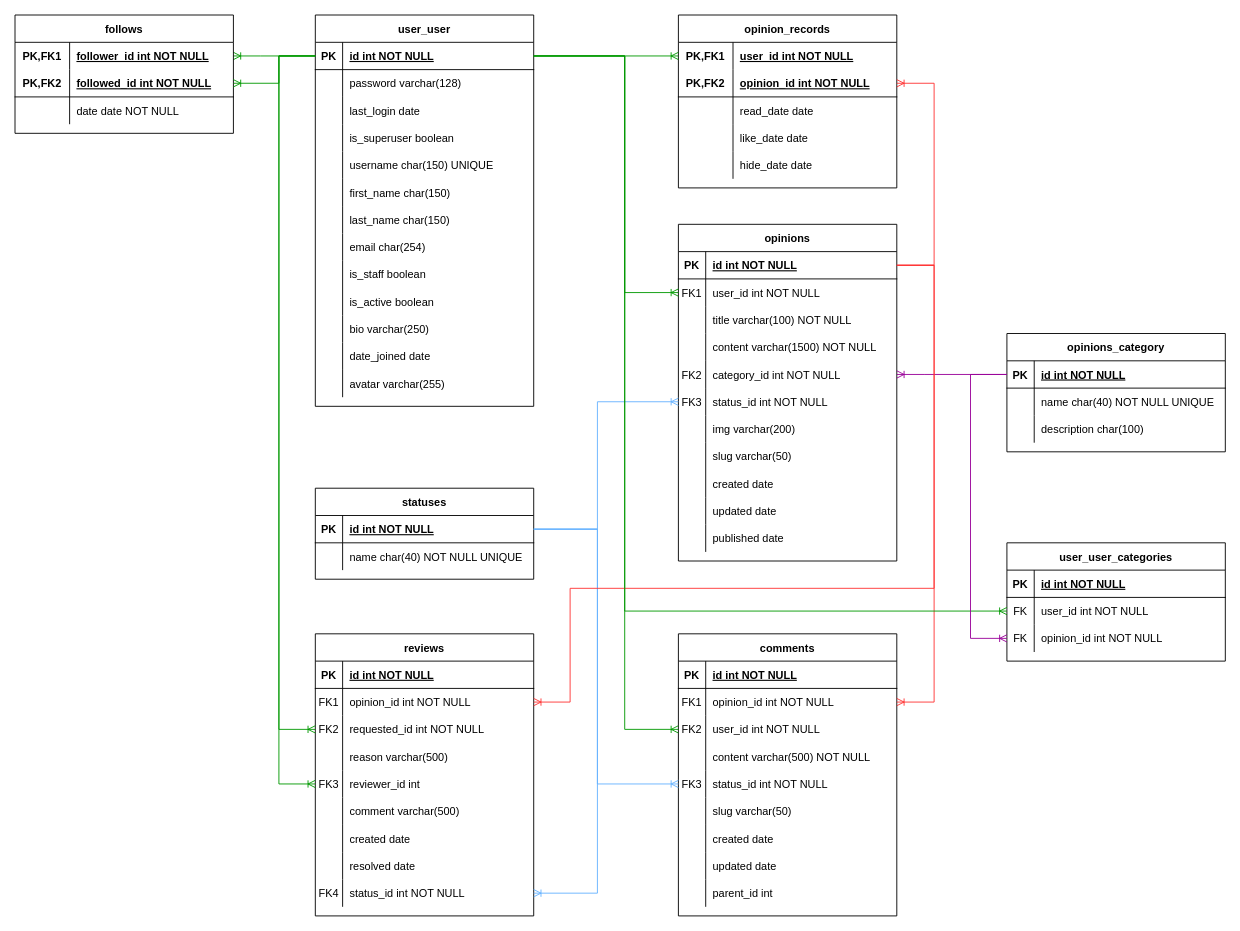
Above: page "database-schema" (1 of 14) of doc/design/soapbox.drawio in ibuttimer/soapbox (draw.io), before the change. Source tidied: cells renumbered, new cells numbered last; positions are measured from the earlier drawing's top-left corner, leaving out a move shared by most shapes. Both pictures are drawn from the tidied source at 91%, with x=0, y=0 at pixel (15, 15).
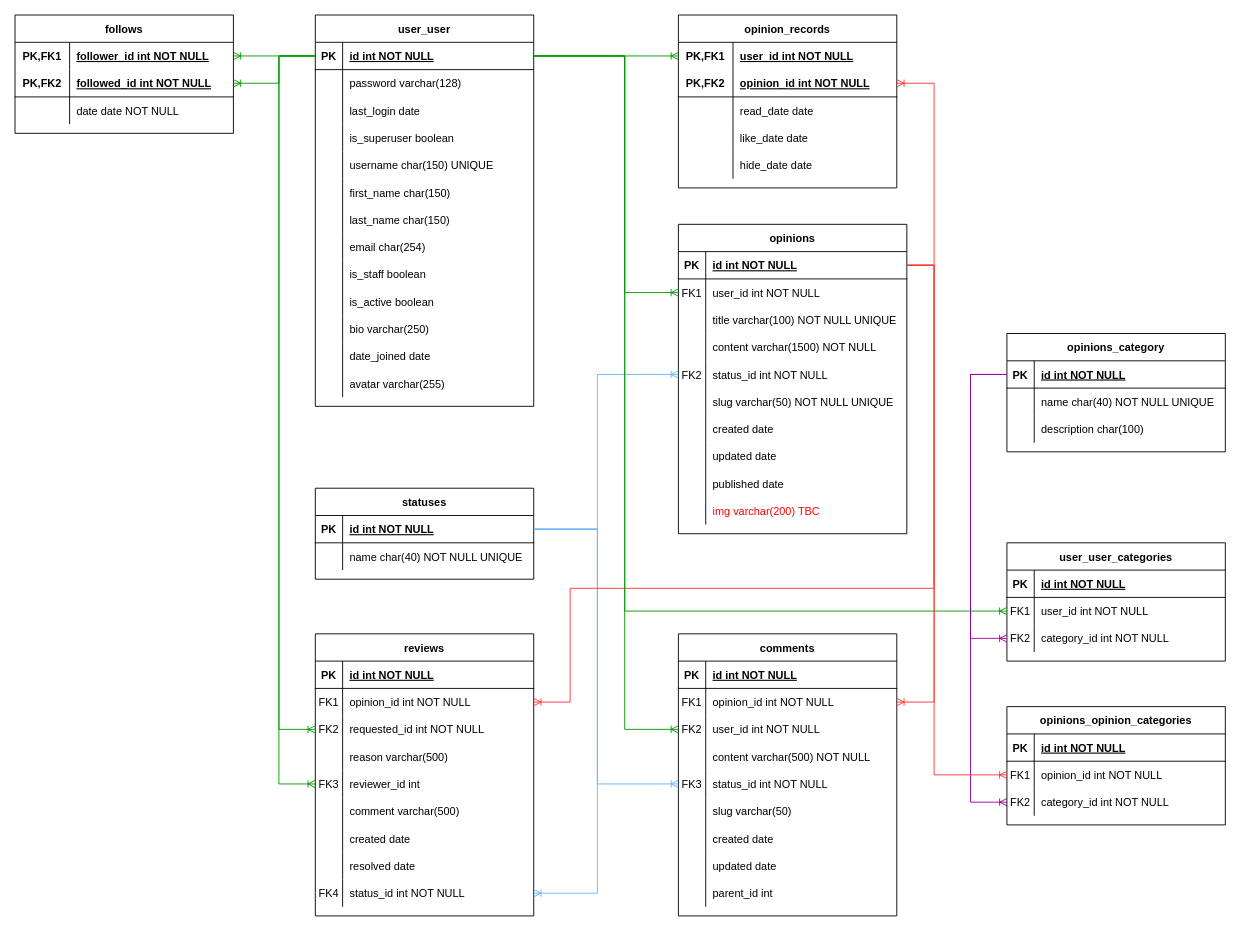
The same diagram, later.

Commit message (it also covers changes not shown here):
feat: Add status & opinion models, closes #33, closes #34

The change refers to these unchanged cells:
```xml
<mxCell id="37" style="shape=partialRectangle;fillColor=none;points=[[0,0.5],[1,0.5]];portConstraint=eastwest;top=0;left=0;right=0;bottom=1;" parent="36" vertex="1">
  <mxGeometry y="30" width="240" height="30" as="geometry" />
</mxCell>
<mxCell id="100" style="shape=partialRectangle;fillColor=none;points=[[0,0.5],[1,0.5]];portConstraint=eastwest;top=0;left=0;right=0;bottom=1;" parent="99" vertex="1">
  <mxGeometry y="30" width="240" height="30" as="geometry" />
</mxCell>
<mxCell id="193" style="shape=partialRectangle;fillColor=none;points=[[0,0.5],[1,0.5]];portConstraint=eastwest;top=0;left=0;right=0;bottom=0;" parent="189" vertex="1">
  <mxGeometry y="60" width="240" height="30" as="geometry" />
</mxCell>
<mxCell id="196" style="shape=partialRectangle;fillColor=none;points=[[0,0.5],[1,0.5]];portConstraint=eastwest;top=0;left=0;right=0;bottom=0;" parent="189" vertex="1">
  <mxGeometry y="90" width="240" height="30" as="geometry" />
</mxCell>
```

Change to the diagram source:
```diff
@@
     <mxCell id="2" value="opinions" style="shape=table;startSize=30;childLayout=tableLayout;rowLines=0;fontStyle=1;align=center;" parent="1" vertex="1">
-      <mxGeometry x="729" y="230" width="240" height="370" as="geometry" />
+      <mxGeometry x="729" y="230" width="251" height="340" as="geometry" />
     </mxCell>
     <mxCell id="3" style="shape=partialRectangle;fillColor=none;points=[[0,0.5],[1,0.5]];portConstraint=eastwest;top=0;left=0;right=0;bottom=1;" parent="2" vertex="1">
-      <mxGeometry y="30" width="240" height="30" as="geometry" />
+      <mxGeometry y="30" width="251" height="30" as="geometry" />
     </mxCell>
@@
     <mxCell id="5" value="id int NOT NULL " style="shape=partialRectangle;overflow=hidden;fillColor=none;top=0;left=0;bottom=0;right=0;align=left;spacingLeft=6;fontStyle=5;" parent="3" vertex="1">
-      <mxGeometry x="30" width="210" height="30" as="geometry" />
+      <mxGeometry x="30" width="221" height="30" as="geometry" />
     </mxCell>
     <mxCell id="6" style="shape=partialRectangle;fillColor=none;points=[[0,0.5],[1,0.5]];portConstraint=eastwest;top=0;left=0;right=0;bottom=0;" parent="2" vertex="1">
-      <mxGeometry y="60" width="240" height="30" as="geometry" />
+      <mxGeometry y="60" width="251" height="30" as="geometry" />
     </mxCell>
@@
     <mxCell id="8" value="user_id int NOT NULL" style="shape=partialRectangle;overflow=hidden;fillColor=none;top=0;left=0;bottom=0;right=0;align=left;spacingLeft=6;" parent="6" vertex="1">
-      <mxGeometry x="30" width="210" height="30" as="geometry" />
+      <mxGeometry x="30" width="221" height="30" as="geometry" />
     </mxCell>
     <mxCell id="9" style="shape=partialRectangle;fillColor=none;top=0;left=0;right=0;bottom=0;" parent="2" vertex="1">
-      <mxGeometry y="90" width="240" height="30" as="geometry" />
+      <mxGeometry y="90" width="251" height="30" as="geometry" />
     </mxCell>
@@
-    <mxCell id="11" value="title varchar(100) NOT NULL" style="shape=partialRectangle;overflow=hidden;fillColor=none;top=0;left=0;bottom=0;right=0;align=left;spacingLeft=6;" parent="9" vertex="1">
-      <mxGeometry x="30" width="210" height="30" as="geometry" />
+    <mxCell id="11" value="title varchar(100) NOT NULL UNIQUE" style="shape=partialRectangle;overflow=hidden;fillColor=none;top=0;left=0;bottom=0;right=0;align=left;spacingLeft=6;" parent="9" vertex="1">
+      <mxGeometry x="30" width="221" height="30" as="geometry" />
     </mxCell>
     <mxCell id="12" style="shape=partialRectangle;fillColor=none;top=0;left=0;right=0;bottom=0;" parent="2" vertex="1">
-      <mxGeometry y="120" width="240" height="30" as="geometry" />
+      <mxGeometry y="120" width="251" height="30" as="geometry" />
     </mxCell>
@@
     <mxCell id="14" value="content varchar(1500) NOT NULL" style="shape=partialRectangle;overflow=hidden;fillColor=none;top=0;left=0;bottom=0;right=0;align=left;spacingLeft=6;" parent="12" vertex="1">
-      <mxGeometry x="30" width="210" height="30" as="geometry" />
+      <mxGeometry x="30" width="221" height="30" as="geometry" />
     </mxCell>
-    <mxCell id="15" style="shape=partialRectangle;fillColor=none;points=[[0,0.5],[1,0.5]];portConstraint=eastwest;top=0;left=0;right=0;bottom=0;" parent="2" vertex="1">
-      <mxGeometry y="150" width="240" height="30" as="geometry" />
-    </mxCell>
-    <mxCell id="16" value="FK2" style="shape=partialRectangle;overflow=hidden;fillColor=none;top=0;left=0;bottom=0;right=0;" parent="15" vertex="1">
-      <mxGeometry width="30" height="30" as="geometry" />
-    </mxCell>
-    <mxCell id="17" value="category_id int NOT NULL" style="shape=partialRectangle;overflow=hidden;fillColor=none;top=0;left=0;bottom=0;right=0;align=left;spacingLeft=6;" parent="15" vertex="1">
-      <mxGeometry x="30" width="210" height="30" as="geometry" />
-    </mxCell>
     <mxCell id="18" style="shape=partialRectangle;fillColor=none;points=[[0,0.5],[1,0.5]];portConstraint=eastwest;top=0;left=0;right=0;bottom=0;" parent="2" vertex="1">
-      <mxGeometry y="180" width="240" height="30" as="geometry" />
+      <mxGeometry y="150" width="251" height="30" as="geometry" />
     </mxCell>
-    <mxCell id="19" value="FK3" style="shape=partialRectangle;overflow=hidden;fillColor=none;top=0;left=0;bottom=0;right=0;" parent="18" vertex="1">
+    <mxCell id="19" value="FK2" style="shape=partialRectangle;overflow=hidden;fillColor=none;top=0;left=0;bottom=0;right=0;" parent="18" vertex="1">
       <mxGeometry width="30" height="30" as="geometry" />
     </mxCell>
     <mxCell id="20" value="status_id int NOT NULL" style="shape=partialRectangle;overflow=hidden;fillColor=none;top=0;left=0;bottom=0;right=0;align=left;spacingLeft=6;" parent="18" vertex="1">
-      <mxGeometry x="30" width="210" height="30" as="geometry" />
+      <mxGeometry x="30" width="221" height="30" as="geometry" />
     </mxCell>
-    <mxCell id="21" style="shape=partialRectangle;fillColor=none;top=0;left=0;right=0;bottom=0;" parent="2" vertex="1">
-      <mxGeometry y="210" width="240" height="30" as="geometry" />
-    </mxCell>
-    <mxCell id="22" style="shape=partialRectangle;overflow=hidden;fillColor=none;top=0;left=0;bottom=0;right=0;" parent="21" vertex="1">
-      <mxGeometry width="30" height="30" as="geometry" />
-    </mxCell>
-    <mxCell id="23" value="img varchar(200)" style="shape=partialRectangle;overflow=hidden;fillColor=none;top=0;left=0;bottom=0;right=0;align=left;spacingLeft=6;" parent="21" vertex="1">
-      <mxGeometry x="30" width="210" height="30" as="geometry" />
-    </mxCell>
     <mxCell id="24" style="shape=partialRectangle;fillColor=none;top=0;left=0;right=0;bottom=0;" parent="2" vertex="1">
-      <mxGeometry y="240" width="240" height="30" as="geometry" />
+      <mxGeometry y="180" width="251" height="30" as="geometry" />
     </mxCell>
@@
-    <mxCell id="26" value="slug varchar(50)" style="shape=partialRectangle;overflow=hidden;fillColor=none;top=0;left=0;bottom=0;right=0;align=left;spacingLeft=6;" parent="24" vertex="1">
-      <mxGeometry x="30" width="210" height="30" as="geometry" />
+    <mxCell id="26" value="slug varchar(50) NOT NULL UNIQUE" style="shape=partialRectangle;overflow=hidden;fillColor=none;top=0;left=0;bottom=0;right=0;align=left;spacingLeft=6;" parent="24" vertex="1">
+      <mxGeometry x="30" width="221" height="30" as="geometry" />
     </mxCell>
     <mxCell id="27" style="shape=partialRectangle;fillColor=none;top=0;left=0;right=0;bottom=0;" parent="2" vertex="1">
-      <mxGeometry y="270" width="240" height="30" as="geometry" />
+      <mxGeometry y="210" width="251" height="30" as="geometry" />
     </mxCell>
@@
     <mxCell id="29" value="created date" style="shape=partialRectangle;overflow=hidden;fillColor=none;top=0;left=0;bottom=0;right=0;align=left;spacingLeft=6;" parent="27" vertex="1">
-      <mxGeometry x="30" width="210" height="30" as="geometry" />
+      <mxGeometry x="30" width="221" height="30" as="geometry" />
     </mxCell>
     <mxCell id="30" style="shape=partialRectangle;fillColor=none;top=0;left=0;right=0;bottom=0;" parent="2" vertex="1">
-      <mxGeometry y="300" width="240" height="30" as="geometry" />
+      <mxGeometry y="240" width="251" height="30" as="geometry" />
     </mxCell>
@@
     <mxCell id="32" value="updated date" style="shape=partialRectangle;overflow=hidden;fillColor=none;top=0;left=0;bottom=0;right=0;align=left;spacingLeft=6;" parent="30" vertex="1">
-      <mxGeometry x="30" width="210" height="30" as="geometry" />
+      <mxGeometry x="30" width="221" height="30" as="geometry" />
     </mxCell>
     <mxCell id="33" style="shape=partialRectangle;fillColor=none;top=0;left=0;right=0;bottom=0;" parent="2" vertex="1">
-      <mxGeometry y="330" width="240" height="30" as="geometry" />
+      <mxGeometry y="270" width="251" height="30" as="geometry" />
     </mxCell>
@@
     <mxCell id="35" value="published date" style="shape=partialRectangle;overflow=hidden;fillColor=none;top=0;left=0;bottom=0;right=0;align=left;spacingLeft=6;" parent="33" vertex="1">
-      <mxGeometry x="30" width="210" height="30" as="geometry" />
+      <mxGeometry x="30" width="221" height="30" as="geometry" />
     </mxCell>
+    <mxCell id="21" style="shape=partialRectangle;fillColor=none;top=0;left=0;right=0;bottom=0;" parent="2" vertex="1">
+      <mxGeometry y="300" width="251" height="30" as="geometry" />
+    </mxCell>
+    <mxCell id="22" style="shape=partialRectangle;overflow=hidden;fillColor=none;top=0;left=0;bottom=0;right=0;" parent="21" vertex="1">
+      <mxGeometry width="30" height="30" as="geometry" />
+    </mxCell>
+    <mxCell id="23" value="img varchar(200) TBC" style="shape=partialRectangle;overflow=hidden;fillColor=none;top=0;left=0;bottom=0;right=0;align=left;spacingLeft=6;fontColor=#FF0000;" parent="21" vertex="1">
+      <mxGeometry x="30" width="221" height="30" as="geometry" />
+    </mxCell>
@@
-    <mxCell id="87" style="edgeStyle=entityRelationEdgeStyle;fontSize=12;html=1;endArrow=ERoneToMany;rounded=0;entryX=1;entryY=0.5;entryDx=0;entryDy=0;strokeColor=#990099;" parent="1" edge="1" source="37" target="15">
-      <mxGeometry relative="1" as="geometry" />
+    <mxCell id="87" style="edgeStyle=orthogonalEdgeStyle;fontSize=12;html=1;endArrow=ERoneToMany;rounded=0;entryX=0;entryY=0.5;entryDx=0;entryDy=0;strokeColor=#990099;exitX=0;exitY=0.5;exitDx=0;exitDy=0;" parent="1" edge="1" source="37" target="208">
+      <mxGeometry relative="1" as="geometry">
+        <Array as="points">
+          <mxPoint x="1050" y="395" />
+          <mxPoint x="1050" y="865" />
+        </Array>
+      </mxGeometry>
     </mxCell>
@@
     <mxCell id="106" style="edgeStyle=orthogonalEdgeStyle;fontSize=12;html=1;endArrow=ERoneToMany;rounded=0;entryX=0;entryY=0.5;entryDx=0;entryDy=0;exitX=1;exitY=0.5;exitDx=0;exitDy=0;strokeColor=#66B2FF;" parent="1" edge="1" source="100" target="18">
       <mxGeometry relative="1" as="geometry">
         <Array as="points">
           <mxPoint x="640" y="565" />
-          <mxPoint x="640" y="425" />
+          <mxPoint x="640" y="395" />
         </Array>
       </mxGeometry>
     </mxCell>
@@
-    <mxCell id="194" value="FK" style="shape=partialRectangle;overflow=hidden;fillColor=none;top=0;left=0;bottom=0;right=0;" parent="193" vertex="1">
+    <mxCell id="194" value="FK1" style="shape=partialRectangle;overflow=hidden;fillColor=none;top=0;left=0;bottom=0;right=0;" parent="193" vertex="1">
       <mxGeometry width="30" height="30" as="geometry" />
     </mxCell>
@@
-    <mxCell id="197" value="FK" style="shape=partialRectangle;overflow=hidden;fillColor=none;top=0;left=0;bottom=0;right=0;" parent="196" vertex="1">
+    <mxCell id="197" value="FK2" style="shape=partialRectangle;overflow=hidden;fillColor=none;top=0;left=0;bottom=0;right=0;" parent="196" vertex="1">
       <mxGeometry width="30" height="30" as="geometry" />
     </mxCell>
-    <mxCell id="198" value="opinion_id int NOT NULL" style="shape=partialRectangle;overflow=hidden;fillColor=none;top=0;left=0;bottom=0;right=0;align=left;spacingLeft=6;" parent="196" vertex="1">
+    <mxCell id="198" value="category_id int NOT NULL" style="shape=partialRectangle;overflow=hidden;fillColor=none;top=0;left=0;bottom=0;right=0;align=left;spacingLeft=6;" parent="196" vertex="1">
       <mxGeometry x="30" width="210" height="30" as="geometry" />
     </mxCell>
@@
+    <mxCell id="201" value="opinions_opinion_categories" style="shape=table;startSize=30;childLayout=tableLayout;rowLines=0;fontStyle=1;align=center;" parent="1" vertex="1">
+      <mxGeometry x="1090" y="760" width="240" height="130" as="geometry" />
+    </mxCell>
+    <mxCell id="202" style="shape=partialRectangle;fillColor=none;top=0;left=0;right=0;bottom=1;" parent="201" vertex="1">
+      <mxGeometry y="30" width="240" height="30" as="geometry" />
+    </mxCell>
+    <mxCell id="203" value="PK" style="shape=partialRectangle;overflow=hidden;fillColor=none;top=0;left=0;bottom=0;right=0;fontStyle=1;" parent="202" vertex="1">
+      <mxGeometry width="30" height="30" as="geometry" />
+    </mxCell>
+    <mxCell id="204" value="id int NOT NULL " style="shape=partialRectangle;overflow=hidden;fillColor=none;top=0;left=0;bottom=0;right=0;align=left;spacingLeft=6;fontStyle=5;" parent="202" vertex="1">
+      <mxGeometry x="30" width="210" height="30" as="geometry" />
+    </mxCell>
+    <mxCell id="205" style="shape=partialRectangle;fillColor=none;points=[[0,0.5],[1,0.5]];portConstraint=eastwest;top=0;left=0;right=0;bottom=0;" parent="201" vertex="1">
+      <mxGeometry y="60" width="240" height="30" as="geometry" />
+    </mxCell>
+    <mxCell id="206" value="FK1" style="shape=partialRectangle;overflow=hidden;fillColor=none;top=0;left=0;bottom=0;right=0;" parent="205" vertex="1">
+      <mxGeometry width="30" height="30" as="geometry" />
+    </mxCell>
+    <mxCell id="207" value="opinion_id int NOT NULL" style="shape=partialRectangle;overflow=hidden;fillColor=none;top=0;left=0;bottom=0;right=0;align=left;spacingLeft=6;" parent="205" vertex="1">
+      <mxGeometry x="30" width="210" height="30" as="geometry" />
+    </mxCell>
+    <mxCell id="208" style="shape=partialRectangle;fillColor=none;points=[[0,0.5],[1,0.5]];portConstraint=eastwest;top=0;left=0;right=0;bottom=0;" parent="201" vertex="1">
+      <mxGeometry y="90" width="240" height="30" as="geometry" />
+    </mxCell>
+    <mxCell id="16" value="FK2" style="shape=partialRectangle;overflow=hidden;fillColor=none;top=0;left=0;bottom=0;right=0;" parent="208" vertex="1">
+      <mxGeometry width="30" height="30" as="geometry" />
+    </mxCell>
+    <mxCell id="17" value="category_id int NOT NULL" style="shape=partialRectangle;overflow=hidden;fillColor=none;top=0;left=0;bottom=0;right=0;align=left;spacingLeft=6;" parent="208" vertex="1">
+      <mxGeometry x="30" width="210" height="30" as="geometry" />
+    </mxCell>
+    <mxCell id="209" style="edgeStyle=orthogonalEdgeStyle;fontSize=12;html=1;endArrow=ERoneToMany;rounded=0;strokeColor=#FF3333;entryX=0;entryY=0.5;entryDx=0;entryDy=0;exitX=1;exitY=0.5;exitDx=0;exitDy=0;" parent="1" edge="1" source="3" target="205">
+      <mxGeometry relative="1" as="geometry">
+        <Array as="points">
+          <mxPoint x="1010" y="275" />
+          <mxPoint x="1010" y="835" />
+        </Array>
+      </mxGeometry>
+    </mxCell>
```
